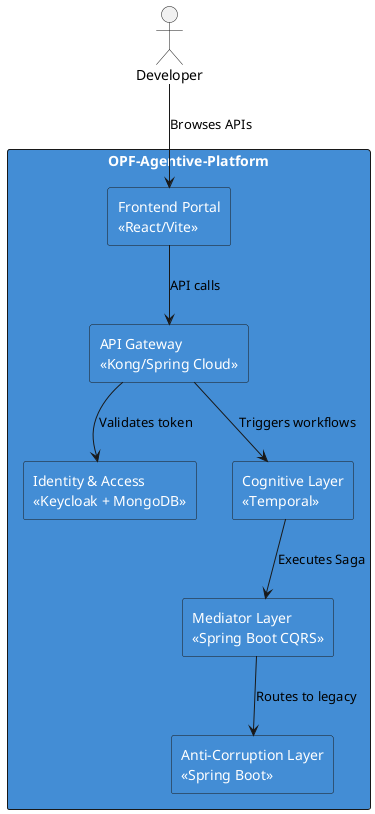
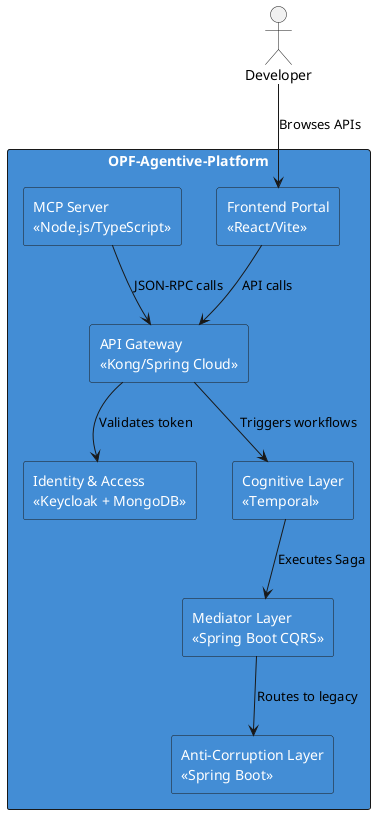
@startuml C4_Container
skinparam rectangle {
    BackgroundColor #438dd5
    FontColor white
}

actor "Developer" as dev

rectangle "OPF-Agentive-Platform" {
    rectangle "Frontend Portal\n<<React/Vite>>" as portal
    rectangle "API Gateway\n<<Kong/Spring Cloud>>" as gateway
+     rectangle "MCP Server\n<<Node.js/TypeScript>>" as mcp
    rectangle "Identity & Access\n<<Keycloak + MongoDB>>" as idp
    rectangle "Cognitive Layer\n<<Temporal>>" as cog
    rectangle "Mediator Layer\n<<Spring Boot CQRS>>" as med
    rectangle "Anti-Corruption Layer\n<<Spring Boot>>" as acl
}

dev --> portal : Browses APIs
portal --> gateway : API calls
+ mcp --> gateway : JSON-RPC calls
gateway --> idp : Validates token
gateway --> cog : Triggers workflows
cog --> med : Executes Saga
med --> acl : Routes to legacy

@enduml
